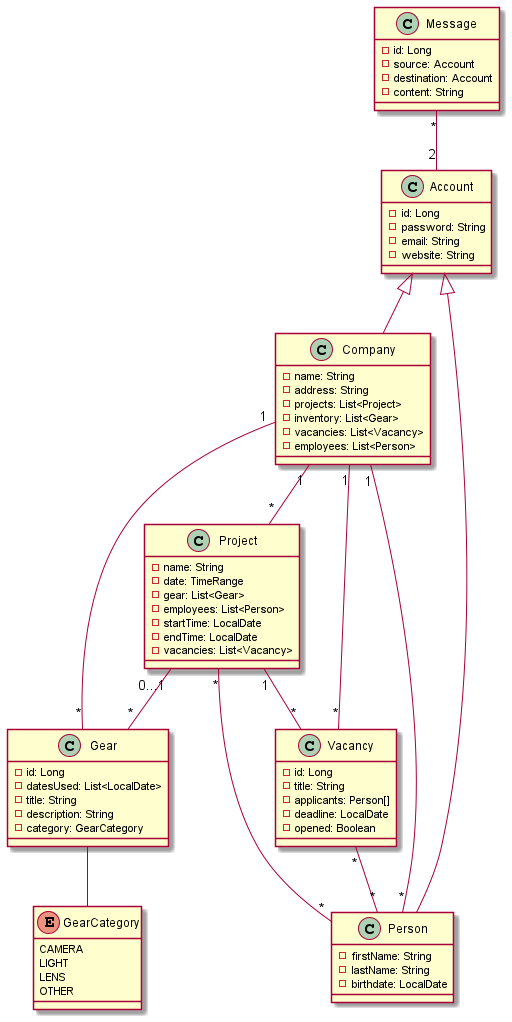
DirectorsView/documentation keeps this PlantUML diagram as cld/cld.png. Above is the earlier version.
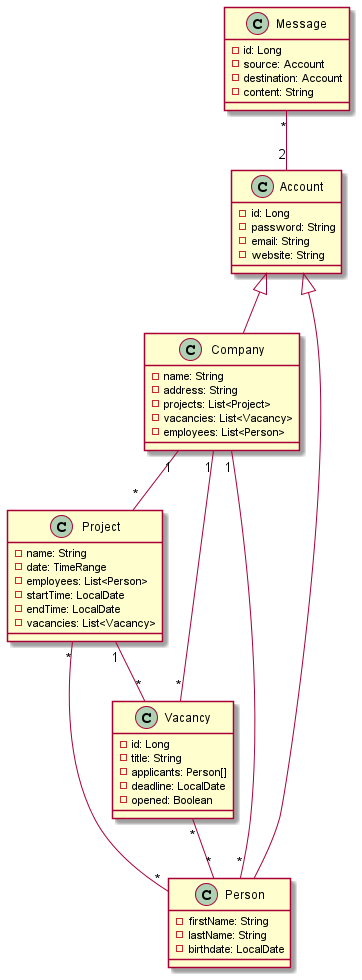
Later version of the same file.

Commit message:
remove gear from CLD

Diff of the diagram source:
```diff
@@ -11,7 +11,6 @@
 - name: String
 - address: String
 - projects: List<Project>
-- inventory: List<Gear>
 - vacancies: List<Vacancy>
 - employees: List<Person>
 }
@@ -19,26 +18,10 @@
 class Project {
 - name: String
 - date: TimeRange
-- gear: List<Gear>
 - employees: List<Person>
 - startTime: LocalDate
 - endTime: LocalDate
 - vacancies: List<Vacancy>
-}
-
-class Gear {
-- id: Long
-- datesUsed: List<LocalDate>
-- title: String
-- description: String
-- category: GearCategory
-}
-
-enum GearCategory {
-CAMERA
-LIGHT
-LENS
-OTHER
 }
 
 class Person {
@@ -68,10 +51,7 @@
 Company "1" -- "*" Vacancy
 Vacancy "*" -- "*"Person
 Message "*" -- "2" Account
-Project "0...1" -- "*" Gear
-Gear "*" -- "1" Company
 Project "*" -- "*" Person
 Project "1" -- "*" Vacancy
 Person "*" -- "1" Company
-Gear -- GearCategory
 @enduml
```
